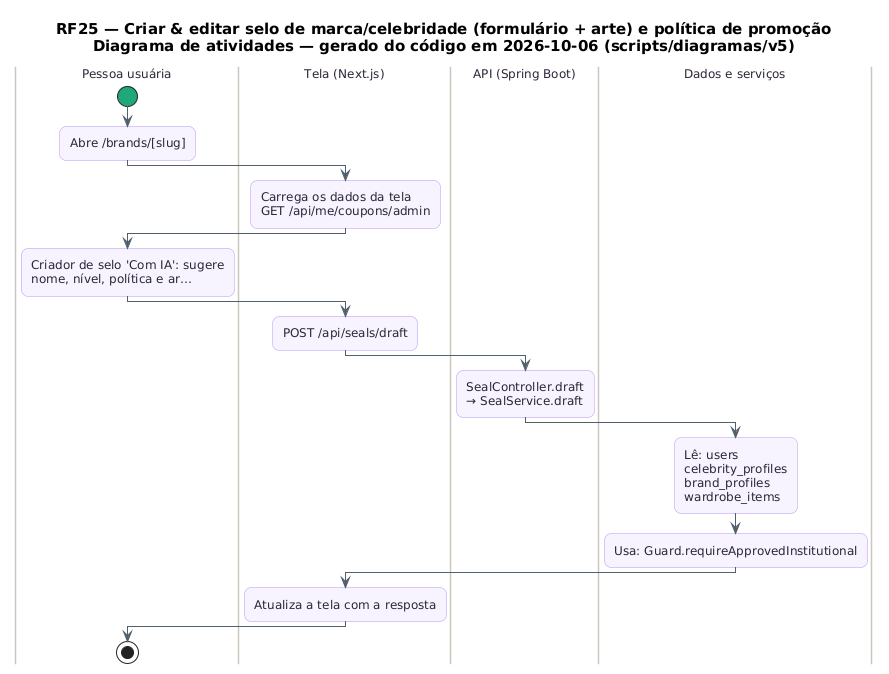
The PlantUML diagram docs/diagramas/RF25/RF25_Atividades.png in MatheusHaliski/tcc-2026-fashion-ai-backend, before a commit. The source it was exported from:
```plantuml
@startuml RF25_Atividades
skinparam backgroundColor #FFFFFF
skinparam shadowing false
skinparam defaultFontName "DejaVu Sans"
skinparam defaultFontSize 12
skinparam titleFontSize 15
skinparam roundcorner 14
skinparam ArrowColor #52606D
skinparam note {
  BackgroundColor #FFFDEB
  BorderColor #D8CE78
  FontColor #554F24
}
skinparam activity {
  BackgroundColor #F8F4FF
  BorderColor #B695F5
  FontColor #2D2438
  DiamondBackgroundColor #FFF5F8
  DiamondBorderColor #F08DB1
  StartColor #20A77A
  EndColor #4B5563
}
skinparam swimlane {
  BorderColor #CBC6BE
  TitleFontColor #2D2438
}
title RF25 — Criar & editar selo de marca/celebridade (formulário + arte) e política de promoção\nDiagrama de atividades — gerado do código em 2026-10-06 (scripts/diagramas/v5)

|Pessoa usuária|
start
:Abre /brands/[slug];
|Tela (Next.js)|
:Carrega os dados da tela\nGET /api/me/coupons/admin;
|Pessoa usuária|
:Criador de selo 'Com IA': sugere\nnome, nível, política e ar…;
|Tela (Next.js)|
:POST /api/seals/draft;
|API (Spring Boot)|
:SealController.draft\n→ SealService.draft;
|Dados e serviços|
:Lê: users\ncelebrity_profiles\nbrand_profiles\nwardrobe_items;
:Usa: Guard.requireApprovedInstitutional;
|Tela (Next.js)|
:Atualiza a tela com a resposta;
|Pessoa usuária|
stop
@enduml
```
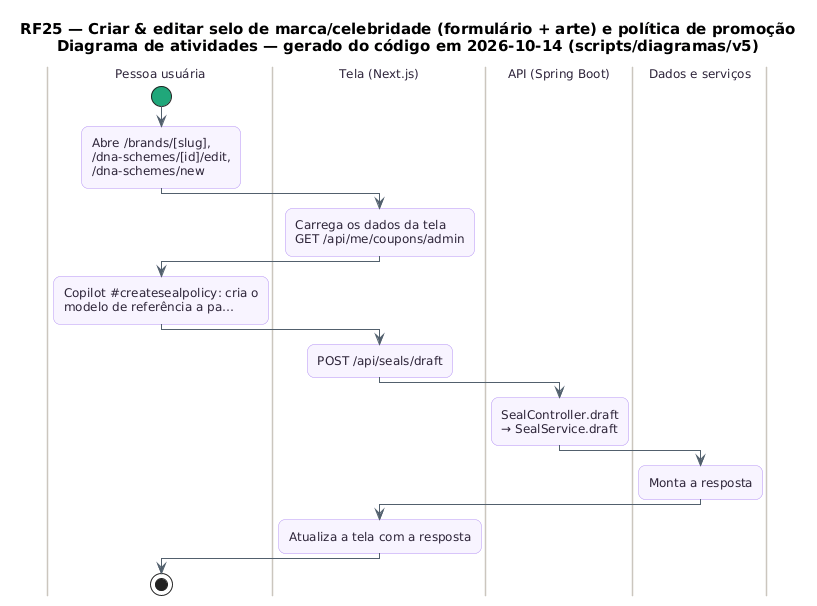
After the commit.

What changed in the source:
```diff
@@ -24,22 +24,21 @@
   BorderColor #CBC6BE
   TitleFontColor #2D2438
 }
-title RF25 — Criar & editar selo de marca/celebridade (formulário + arte) e política de promoção\nDiagrama de atividades — gerado do código em 2026-10-06 (scripts/diagramas/v5)
+title RF25 — Criar & editar selo de marca/celebridade (formulário + arte) e política de promoção\nDiagrama de atividades — gerado do código em 2026-10-14 (scripts/diagramas/v5)
 
 |Pessoa usuária|
 start
-:Abre /brands/[slug];
+:Abre /brands/[slug],\n/dna-schemes/[id]/edit,\n/dna-schemes/new;
 |Tela (Next.js)|
 :Carrega os dados da tela\nGET /api/me/coupons/admin;
 |Pessoa usuária|
-:Criador de selo 'Com IA': sugere\nnome, nível, política e ar…;
+:Copilot #createsealpolicy: cria o\nmodelo de referência a pa…;
 |Tela (Next.js)|
 :POST /api/seals/draft;
 |API (Spring Boot)|
 :SealController.draft\n→ SealService.draft;
 |Dados e serviços|
-:Lê: users\ncelebrity_profiles\nbrand_profiles\nwardrobe_items;
-:Usa: Guard.requireApprovedInstitutional;
+:Monta a resposta;
 |Tela (Next.js)|
 :Atualiza a tela com a resposta;
 |Pessoa usuária|
```
